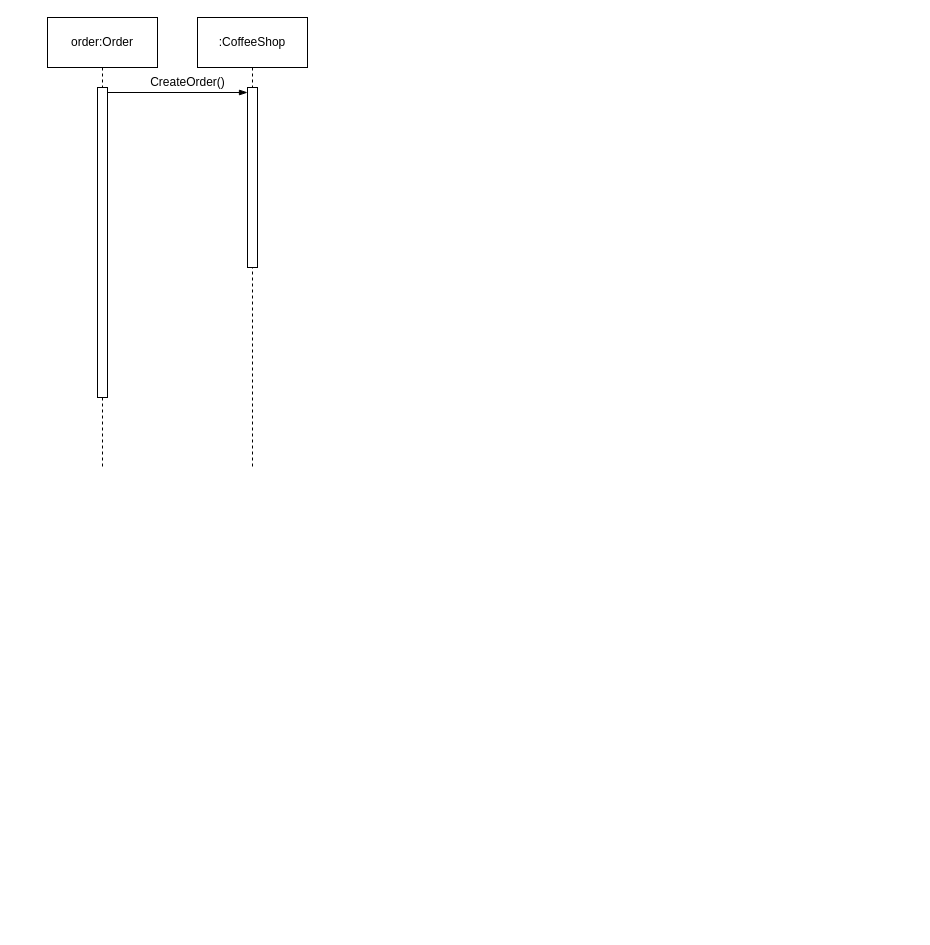
Before: page "комуникацции" (2 of 2) of Диаграмма последовательности.drawio in R3plicant/ooap_lab1, a draw.io diagram. Source tidied: cells renumbered, new cells numbered last; positions are measured from the earlier drawing's top-left corner, leaving out a move shared by most shapes. Both pictures are drawn from the tidied source at 100%, with x=0, y=0 at pixel (47, 17).
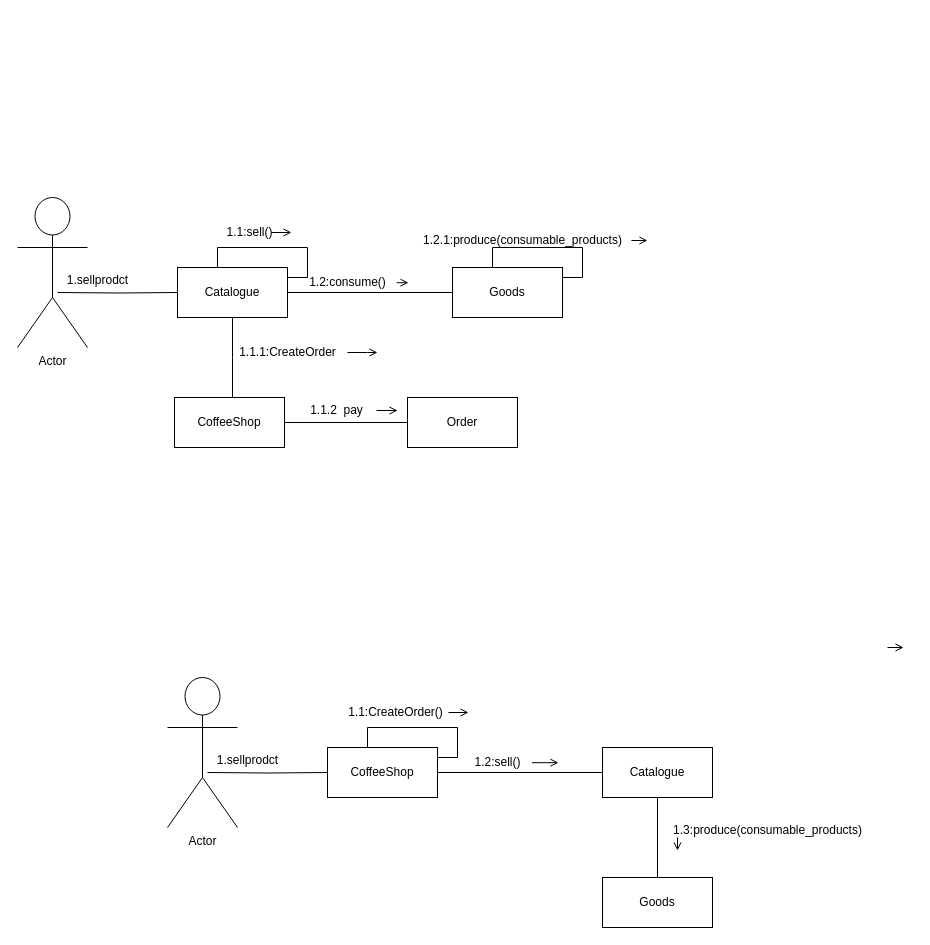
Above is the later version.

Diff of the diagram source:
```diff
@@
-    <mxCell id="2" style="edgeStyle=orthogonalEdgeStyle;rounded=0;jettySize=auto;html=1;dashed=1;endArrow=none;endFill=0;" parent="1" edge="1" source="3">
-      <mxGeometry relative="1" as="geometry">
-        <mxPoint x="55" y="450" as="targetPoint" />
-      </mxGeometry>
-    </mxCell>
-    <mxCell id="3" value="order:Order" style="html=1;whiteSpace=wrap;" parent="1" vertex="1">
-      <mxGeometry width="110" height="50" as="geometry" />
-    </mxCell>
-    <mxCell id="4" style="edgeStyle=orthogonalEdgeStyle;rounded=0;jettySize=auto;html=1;curved=0;exitX=1;exitY=0;exitDx=0;exitDy=5;exitPerimeter=0;endArrow=blockThin;endFill=1;entryX=0;entryY=0;entryDx=0;entryDy=5;entryPerimeter=0;" parent="1" edge="1" source="5" target="8">
-      <mxGeometry relative="1" as="geometry" />
-    </mxCell>
-    <mxCell id="5" style="html=1;points=[[0,0,0,0,5],[0,1,0,0,-5],[1,0,0,0,5],[1,1,0,0,-5]];perimeter=orthogonalPerimeter;outlineConnect=0;targetShapes=umlLifeline;portConstraint=eastwest;newEdgeStyle={&quot;curved&quot;:0,&quot;rounded&quot;:0};" parent="1" vertex="1">
-      <mxGeometry x="50" y="70" width="10" height="310" as="geometry" />
-    </mxCell>
-    <mxCell id="6" style="edgeStyle=orthogonalEdgeStyle;rounded=0;jettySize=auto;html=1;endArrow=none;endFill=0;dashed=1;" parent="1" edge="1" source="7">
-      <mxGeometry relative="1" as="geometry">
-        <mxPoint x="205" y="450" as="targetPoint" />
-      </mxGeometry>
-    </mxCell>
-    <mxCell id="7" value=":CoffeeShop" style="html=1;whiteSpace=wrap;" parent="1" vertex="1">
-      <mxGeometry x="150" width="110" height="50" as="geometry" />
-    </mxCell>
-    <mxCell id="8" style="html=1;points=[[0,0,0,0,5],[0,1,0,0,-5],[1,0,0,0,5],[1,1,0,0,-5]];perimeter=orthogonalPerimeter;outlineConnect=0;targetShapes=umlLifeline;portConstraint=eastwest;newEdgeStyle={&quot;curved&quot;:0,&quot;rounded&quot;:0};" parent="1" vertex="1">
-      <mxGeometry x="200" y="70" width="10" height="180" as="geometry" />
-    </mxCell>
-    <mxCell id="9" value="CreateOrder()" style="text;html=1;align=center;verticalAlign=middle;strokeColor=none;fillColor=none;" parent="1" vertex="1">
-      <mxGeometry x="90" y="50" width="100" height="30" as="geometry" />
-    </mxCell>
+    <mxCell id="10" value="Actor" style="shape=umlActor;verticalLabelPosition=bottom;verticalAlign=top;html=1;" parent="1" vertex="1">
+      <mxGeometry x="-30" y="180" width="70" height="150" as="geometry" />
+    </mxCell>
+    <mxCell id="11" style="edgeStyle=orthogonalEdgeStyle;rounded=0;jettySize=auto;html=1;endArrow=none;endFill=0;" parent="1" edge="1" target="14">
+      <mxGeometry relative="1" as="geometry">
+        <mxPoint x="10" y="275" as="sourcePoint" />
+      </mxGeometry>
+    </mxCell>
+    <mxCell id="12" style="edgeStyle=orthogonalEdgeStyle;rounded=0;jettySize=auto;html=1;endArrow=none;endFill=0;" parent="1" edge="1" source="14" target="18">
+      <mxGeometry relative="1" as="geometry" />
+    </mxCell>
+    <mxCell id="13" style="edgeStyle=orthogonalEdgeStyle;rounded=0;jettySize=auto;html=1;endArrow=none;endFill=0;" parent="1" edge="1" source="14">
+      <mxGeometry relative="1" as="geometry">
+        <mxPoint x="185" y="380" as="targetPoint" />
+      </mxGeometry>
+    </mxCell>
+    <mxCell id="14" value="Catalogue" style="html=1;whiteSpace=wrap;" parent="1" vertex="1">
+      <mxGeometry x="130" y="250" width="110" height="50" as="geometry" />
+    </mxCell>
+    <mxCell id="15" style="edgeStyle=orthogonalEdgeStyle;rounded=0;orthogonalLoop=1;jettySize=auto;html=1;exitX=0;exitY=0;exitDx=0;exitDy=0;entryX=1;entryY=0;entryDx=0;entryDy=0;endArrow=none;endFill=0;" parent="1" edge="1" source="14" target="14">
+      <mxGeometry relative="1" as="geometry">
+        <Array as="points">
+          <mxPoint x="170" y="250" />
+          <mxPoint x="170" y="230" />
+          <mxPoint x="260" y="230" />
+          <mxPoint x="260" y="260" />
+          <mxPoint x="240" y="260" />
+        </Array>
+      </mxGeometry>
+    </mxCell>
+    <mxCell id="16" style="edgeStyle=orthogonalEdgeStyle;rounded=0;orthogonalLoop=1;jettySize=auto;html=1;endArrow=open;endFill=0;" parent="1" edge="1">
+      <mxGeometry relative="1" as="geometry">
+        <mxPoint x="224" y="215" as="sourcePoint" />
+        <mxPoint x="244" y="215" as="targetPoint" />
+      </mxGeometry>
+    </mxCell>
+    <mxCell id="17" value="1.1:sell()" style="text;html=1;align=center;verticalAlign=middle;strokeColor=none;fillColor=none;" parent="1" vertex="1">
+      <mxGeometry x="167" y="200" width="70" height="30" as="geometry" />
+    </mxCell>
+    <mxCell id="18" value="Goods" style="html=1;whiteSpace=wrap;" parent="1" vertex="1">
+      <mxGeometry x="405" y="250" width="110" height="50" as="geometry" />
+    </mxCell>
+    <mxCell id="19" style="edgeStyle=orthogonalEdgeStyle;rounded=0;orthogonalLoop=1;jettySize=auto;html=1;exitX=0;exitY=0;exitDx=0;exitDy=0;entryX=1;entryY=0;entryDx=0;entryDy=0;endArrow=none;endFill=0;" parent="1" edge="1">
+      <mxGeometry relative="1" as="geometry">
+        <mxPoint x="405" y="250" as="sourcePoint" />
+        <mxPoint x="515" y="250" as="targetPoint" />
+        <Array as="points">
+          <mxPoint x="445" y="250" />
+          <mxPoint x="445" y="230" />
+          <mxPoint x="535" y="230" />
+          <mxPoint x="535" y="260" />
+          <mxPoint x="515" y="260" />
+        </Array>
+      </mxGeometry>
+    </mxCell>
+    <mxCell id="20" style="edgeStyle=orthogonalEdgeStyle;rounded=0;jettySize=auto;html=1;endArrow=open;endFill=0;exitX=0.992;exitY=0.507;exitDx=0;exitDy=0;exitPerimeter=0;" parent="1" edge="1" source="21">
+      <mxGeometry relative="1" as="geometry">
+        <mxPoint x="361" y="265" as="targetPoint" />
+      </mxGeometry>
+    </mxCell>
+    <mxCell id="21" value="1.2:consume()" style="text;html=1;align=center;verticalAlign=middle;points=[];strokeColor=none;fillColor=none;" parent="1" vertex="1">
+      <mxGeometry x="250" y="250" width="100" height="30" as="geometry" />
+    </mxCell>
+    <mxCell id="22" style="edgeStyle=orthogonalEdgeStyle;rounded=0;jettySize=auto;html=1;endArrow=open;endFill=0;exitX=0.995;exitY=0.501;exitDx=0;exitDy=0;exitPerimeter=0;" parent="1" edge="1" source="23">
+      <mxGeometry relative="1" as="geometry">
+        <mxPoint x="600" y="223" as="targetPoint" />
+      </mxGeometry>
+    </mxCell>
+    <mxCell id="23" value="1.2.1:produce(consumable_products)" style="text;html=1;align=center;verticalAlign=middle;points=[];strokeColor=none;fillColor=none;" parent="1" vertex="1">
+      <mxGeometry x="365" y="208" width="220" height="30" as="geometry" />
+    </mxCell>
+    <mxCell id="24" value="1.sellprodct" style="text;html=1;align=center;verticalAlign=middle;strokeColor=none;fillColor=none;" parent="1" vertex="1">
+      <mxGeometry x="10" y="248" width="80" height="30" as="geometry" />
+    </mxCell>
+    <mxCell id="25" style="edgeStyle=orthogonalEdgeStyle;rounded=0;jettySize=auto;html=1;endArrow=none;endFill=0;" parent="1" edge="1" source="26" target="29">
+      <mxGeometry relative="1" as="geometry" />
+    </mxCell>
+    <mxCell id="26" value="CoffeeShop" style="html=1;whiteSpace=wrap;" parent="1" vertex="1">
+      <mxGeometry x="127" y="380" width="110" height="50" as="geometry" />
+    </mxCell>
+    <mxCell id="27" style="edgeStyle=orthogonalEdgeStyle;rounded=0;jettySize=auto;html=1;endArrow=open;endFill=0;" parent="1" edge="1" source="28">
+      <mxGeometry relative="1" as="geometry">
+        <mxPoint x="330" y="335" as="targetPoint" />
+      </mxGeometry>
+    </mxCell>
+    <mxCell id="28" value="1.1.1:CreateOrder" style="text;html=1;align=center;verticalAlign=middle;points=[];strokeColor=none;fillColor=none;" parent="1" vertex="1">
+      <mxGeometry x="180" y="320" width="120" height="30" as="geometry" />
+    </mxCell>
+    <mxCell id="29" value="Order" style="html=1;whiteSpace=wrap;" parent="1" vertex="1">
+      <mxGeometry x="360" y="380" width="110" height="50" as="geometry" />
+    </mxCell>
+    <mxCell id="30" style="edgeStyle=orthogonalEdgeStyle;rounded=0;jettySize=auto;html=1;endArrow=open;endFill=0;" parent="1" edge="1" source="31">
+      <mxGeometry relative="1" as="geometry">
+        <mxPoint x="350" y="393" as="targetPoint" />
+      </mxGeometry>
+    </mxCell>
+    <mxCell id="31" value="1.1.2&amp;nbsp; pay" style="text;html=1;align=center;verticalAlign=middle;points=[];strokeColor=none;fillColor=none;" parent="1" vertex="1">
+      <mxGeometry x="249" y="378" width="80" height="30" as="geometry" />
+    </mxCell>
+    <mxCell id="32" value="Actor" style="shape=umlActor;verticalLabelPosition=bottom;verticalAlign=top;html=1;" parent="1" vertex="1">
+      <mxGeometry x="120" y="660" width="70" height="150" as="geometry" />
+    </mxCell>
+    <mxCell id="33" style="edgeStyle=orthogonalEdgeStyle;rounded=0;jettySize=auto;html=1;endArrow=none;endFill=0;" parent="1" edge="1" target="35">
+      <mxGeometry relative="1" as="geometry">
+        <mxPoint x="160" y="755" as="sourcePoint" />
+      </mxGeometry>
+    </mxCell>
+    <mxCell id="34" style="edgeStyle=orthogonalEdgeStyle;rounded=0;jettySize=auto;html=1;endArrow=none;endFill=0;" parent="1" edge="1" source="35" target="39">
+      <mxGeometry relative="1" as="geometry" />
+    </mxCell>
+    <mxCell id="35" value="CoffeeShop" style="html=1;whiteSpace=wrap;" parent="1" vertex="1">
+      <mxGeometry x="280" y="730" width="110" height="50" as="geometry" />
+    </mxCell>
+    <mxCell id="36" style="edgeStyle=orthogonalEdgeStyle;rounded=0;orthogonalLoop=1;jettySize=auto;html=1;exitX=0;exitY=0;exitDx=0;exitDy=0;entryX=1;entryY=0;entryDx=0;entryDy=0;endArrow=none;endFill=0;" parent="1" edge="1" source="35" target="35">
+      <mxGeometry relative="1" as="geometry">
+        <Array as="points">
+          <mxPoint x="320" y="730" />
+          <mxPoint x="320" y="710" />
+          <mxPoint x="410" y="710" />
+          <mxPoint x="410" y="740" />
+          <mxPoint x="390" y="740" />
+        </Array>
+      </mxGeometry>
+    </mxCell>
+    <mxCell id="37" style="edgeStyle=orthogonalEdgeStyle;rounded=0;orthogonalLoop=1;jettySize=auto;html=1;endArrow=open;endFill=0;" parent="1" edge="1">
+      <mxGeometry relative="1" as="geometry">
+        <mxPoint x="401" y="695" as="sourcePoint" />
+        <mxPoint x="421" y="695" as="targetPoint" />
+      </mxGeometry>
+    </mxCell>
+    <mxCell id="38" value="1.1:CreateOrder()" style="text;html=1;align=center;verticalAlign=middle;strokeColor=none;fillColor=none;" parent="1" vertex="1">
+      <mxGeometry x="288" y="680" width="120" height="30" as="geometry" />
+    </mxCell>
+    <mxCell id="39" value="Catalogue" style="html=1;whiteSpace=wrap;" parent="1" vertex="1">
+      <mxGeometry x="555" y="730" width="110" height="50" as="geometry" />
+    </mxCell>
+    <mxCell id="40" style="edgeStyle=orthogonalEdgeStyle;rounded=0;jettySize=auto;html=1;endArrow=open;endFill=0;exitX=0.992;exitY=0.507;exitDx=0;exitDy=0;exitPerimeter=0;" parent="1" edge="1" source="41">
+      <mxGeometry relative="1" as="geometry">
+        <mxPoint x="511" y="745" as="targetPoint" />
+      </mxGeometry>
+    </mxCell>
+    <mxCell id="41" value="1.2:sell()" style="text;html=1;align=center;verticalAlign=middle;points=[];strokeColor=none;fillColor=none;" parent="1" vertex="1">
+      <mxGeometry x="415" y="730" width="70" height="30" as="geometry" />
+    </mxCell>
+    <mxCell id="42" style="edgeStyle=orthogonalEdgeStyle;rounded=0;orthogonalLoop=1;jettySize=auto;html=1;endArrow=open;endFill=0;exitX=0.995;exitY=0.501;exitDx=0;exitDy=0;exitPerimeter=0;" parent="1" edge="1">
+      <mxGeometry relative="1" as="geometry">
+        <mxPoint x="840" y="630" as="sourcePoint" />
+        <mxPoint x="856.1" y="630" as="targetPoint" />
+      </mxGeometry>
+    </mxCell>
+    <mxCell id="43" value="1.sellprodct" style="text;html=1;align=center;verticalAlign=middle;strokeColor=none;fillColor=none;" parent="1" vertex="1">
+      <mxGeometry x="160" y="728" width="80" height="30" as="geometry" />
+    </mxCell>
+    <mxCell id="44" style="edgeStyle=orthogonalEdgeStyle;rounded=0;jettySize=auto;html=1;endArrow=none;endFill=0;exitX=0.5;exitY=1;exitDx=0;exitDy=0;" parent="1" edge="1" source="39" target="45">
+      <mxGeometry relative="1" as="geometry" />
+    </mxCell>
+    <mxCell id="45" value="Goods" style="html=1;whiteSpace=wrap;" parent="1" vertex="1">
+      <mxGeometry x="555" y="860" width="110" height="50" as="geometry" />
+    </mxCell>
+    <mxCell id="46" style="edgeStyle=orthogonalEdgeStyle;rounded=0;orthogonalLoop=1;jettySize=auto;html=1;endArrow=open;endFill=0;" parent="1" edge="1">
+      <mxGeometry relative="1" as="geometry">
+        <mxPoint x="630" y="820" as="sourcePoint" />
+        <mxPoint x="630" y="833" as="targetPoint" />
+      </mxGeometry>
+    </mxCell>
+    <mxCell id="47" value="1.3:produce(consumable_products)" style="text;html=1;align=center;verticalAlign=middle;strokeColor=none;fillColor=none;" parent="1" vertex="1">
+      <mxGeometry x="615" y="798" width="210" height="30" as="geometry" />
+    </mxCell>
```
